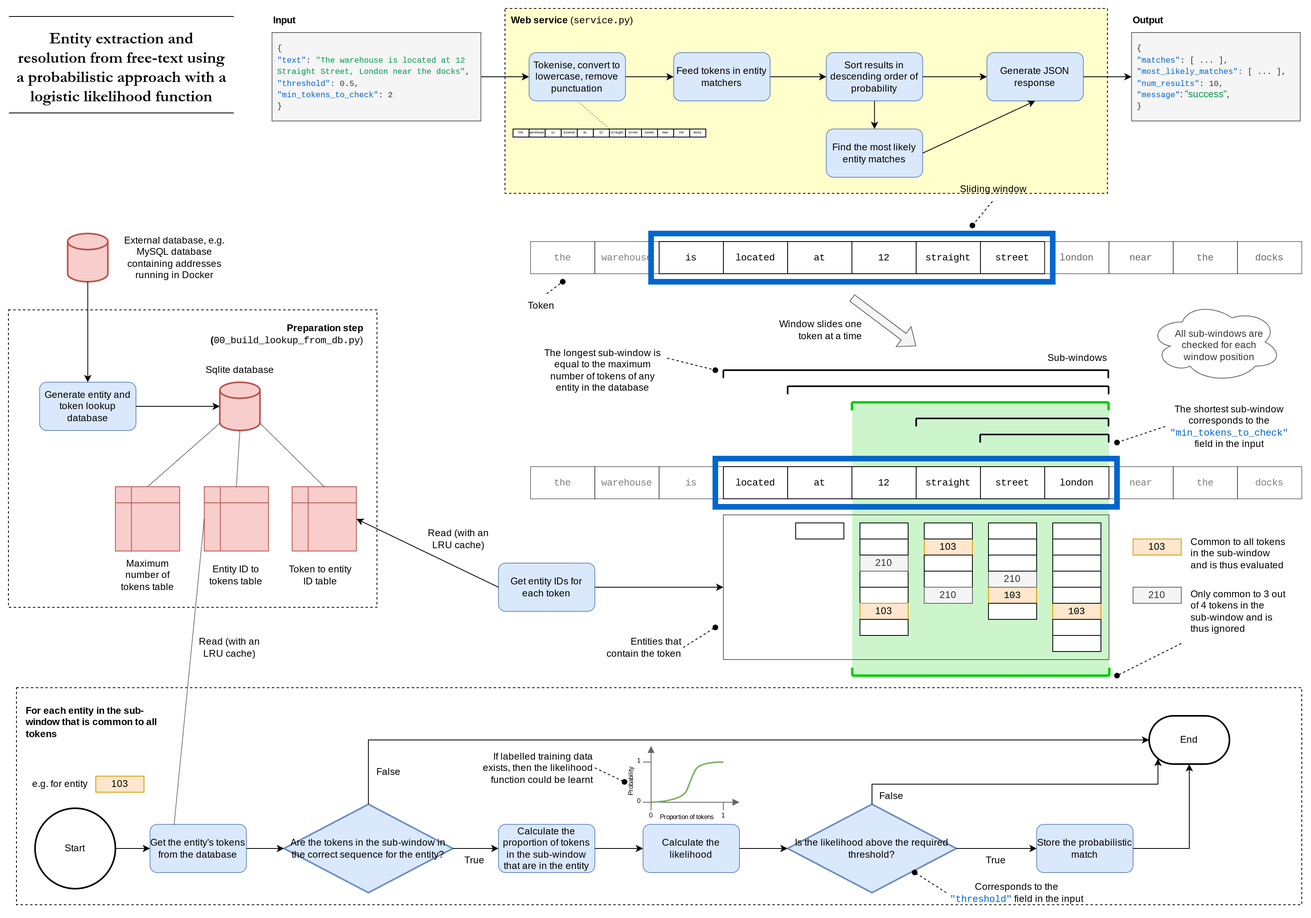
Earlier version of the draw.io export Python/DataScience/entity-extraction/images/concept.png (cdclaxton/learning). Source tidied: cells renumbered, new cells last; positions are measured from the earlier drawing's top-left corner, leaving out a move shared by most shapes.
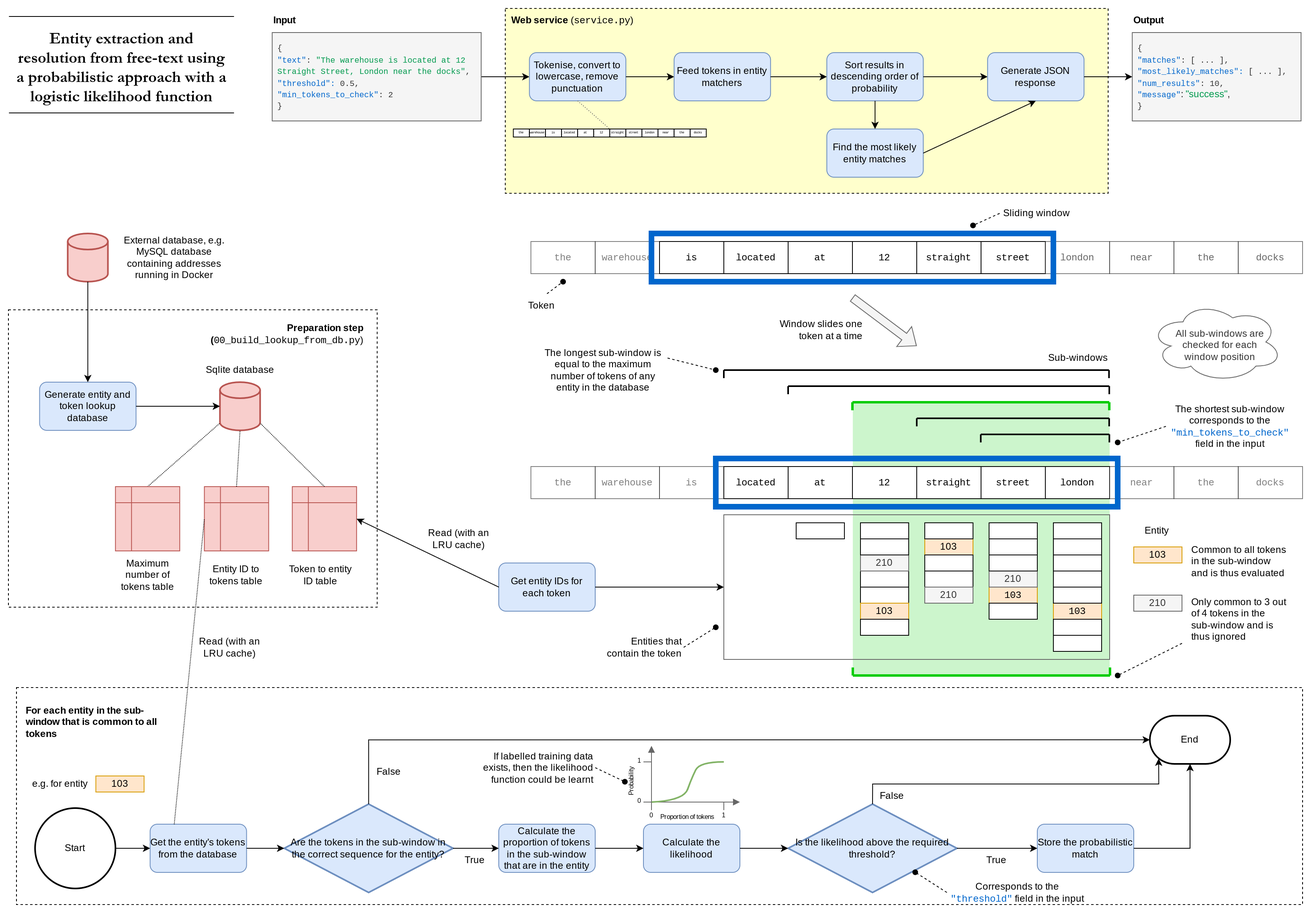
Above is the later version.

Commit message:
Correct overlap

The edit, as a diff of the source:
```diff
@@ -246,7 +246,7 @@
       <mxGeometry x="880" y="560" width="500" height="60" as="geometry" />
     </mxCell>
     <mxCell id="82" value="Sliding window" style="text;html=1;strokeColor=none;fillColor=none;align=right;verticalAlign=middle;whiteSpace=wrap;rounded=0;" parent="1" vertex="1">
-      <mxGeometry x="1180" y="210" width="90" height="30" as="geometry" />
+      <mxGeometry x="1233.1" y="240" width="90" height="30" as="geometry" />
     </mxCell>
     <mxCell id="83" style="endArrow=none;html=1;rounded=0;strokeWidth=2;" parent="1" edge="1">
       <mxGeometry relative="1" as="geometry">
@@ -600,7 +600,7 @@
         <mxPoint x="690" y="340" as="targetPoint" />
       </mxGeometry>
     </mxCell>
-    <mxCell id="177" style="edgeStyle=none;rounded=0;jettySize=auto;html=1;endArrow=oval;endFill=1;dashed=1;exitX=0.5;exitY=1;exitDx=0;exitDy=0;" parent="1" edge="1" source="82">
+    <mxCell id="177" style="edgeStyle=none;rounded=0;jettySize=auto;html=1;endArrow=oval;endFill=1;dashed=1;exitX=0;exitY=0.5;exitDx=0;exitDy=0;" parent="1" edge="1" source="82">
       <mxGeometry relative="1" as="geometry">
         <mxPoint x="1200" y="270" as="targetPoint" />
       </mxGeometry>
@@ -609,16 +609,16 @@
       <mxGeometry x="955" y="385" width="110" height="30" as="geometry" />
     </mxCell>
     <mxCell id="179" value="103" style="rounded=0;whiteSpace=wrap;html=1;fillColor=#ffe6cc;strokeColor=#d79b00;" parent="1" vertex="1">
-      <mxGeometry x="1400" y="660" width="60" height="20" as="geometry" />
+      <mxGeometry x="1400" y="670" width="60" height="20" as="geometry" />
     </mxCell>
     <mxCell id="180" value="Common to all tokens in the sub-window and is thus evaluated" style="text;html=1;strokeColor=none;fillColor=none;align=left;verticalAlign=middle;whiteSpace=wrap;rounded=0;" parent="1" vertex="1">
-      <mxGeometry x="1470" y="660" width="120" height="35" as="geometry" />
+      <mxGeometry x="1470" y="670" width="120" height="35" as="geometry" />
     </mxCell>
     <mxCell id="181" value="Only common to 3 out of 4 tokens in the sub-window and is thus ignored" style="text;html=1;strokeColor=none;fillColor=none;align=left;verticalAlign=middle;whiteSpace=wrap;rounded=0;" parent="1" vertex="1">
-      <mxGeometry x="1470" y="720" width="120" height="60" as="geometry" />
+      <mxGeometry x="1470" y="730" width="120" height="60" as="geometry" />
     </mxCell>
     <mxCell id="182" value="210" style="rounded=0;whiteSpace=wrap;html=1;fillColor=#f5f5f5;strokeColor=#666666;fontColor=#333333;" parent="1" vertex="1">
-      <mxGeometry x="1400" y="720" width="60" height="20" as="geometry" />
+      <mxGeometry x="1400" y="730" width="60" height="20" as="geometry" />
     </mxCell>
     <mxCell id="183" style="group;flipV=1;flipH=1;rotation=0;" parent="1" vertex="1">
       <mxGeometry x="1050.5" y="820" width="319.6" height="10" as="geometry" />
@@ -676,5 +676,8 @@
         <mxPoint x="280.6" y="10" as="targetPoint" />
       </mxGeometry>
     </mxCell>
+    <mxCell id="195" value="Entity" style="text;html=1;strokeColor=none;fillColor=none;align=center;verticalAlign=middle;whiteSpace=wrap;rounded=0;" parent="1" vertex="1">
+      <mxGeometry x="1398.1" y="635" width="61.9" height="30" as="geometry" />
+    </mxCell>
   </root>
 </mxGraphModel>
```
